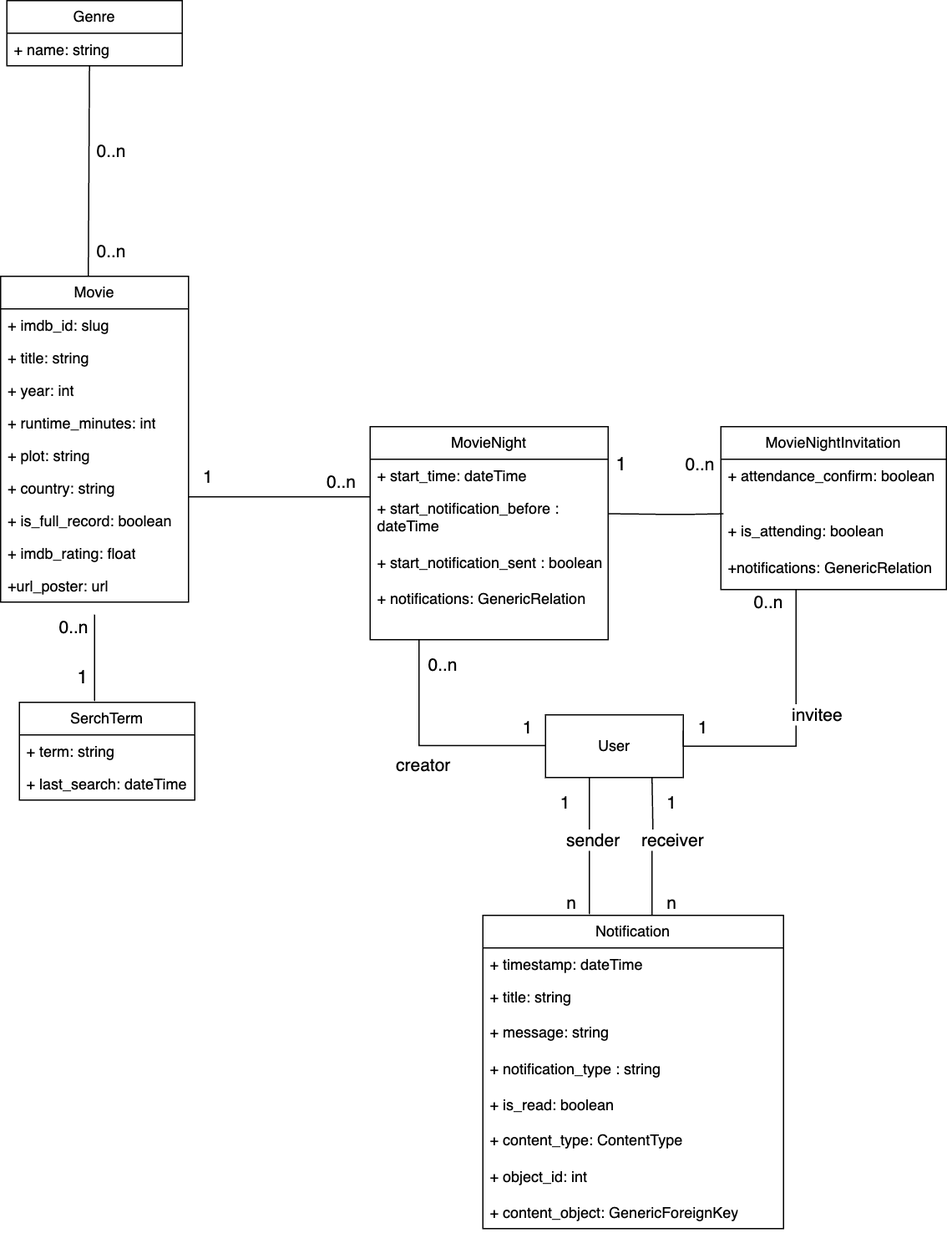
nldq092203/Movie-Night keeps this draw.io diagram as movienight-uml.drawio.png. Above is the earlier version. Source tidied: cells renumbered, new cells last; positions are measured from the earlier drawing's top-left corner, leaving out a move shared by most shapes. The source it was exported from:
```xml
<mxGraphModel>
  <root>
    <mxCell id="0" />
    <mxCell id="1" parent="0" />
    <mxCell id="2" style="endArrow=none;html=1;rounded=0;exitX=1;exitY=0.148;exitDx=0;exitDy=0;exitPerimeter=0;entryX=0.011;entryY=-0.008;entryDx=0;entryDy=0;entryPerimeter=0;" parent="1" edge="1" source="28" target="34">
      <mxGeometry relative="1" as="geometry">
        <Array as="points">
          <mxPoint x="530" y="410" />
          <mxPoint x="550" y="410" />
        </Array>
      </mxGeometry>
    </mxCell>
    <mxCell id="3" value="&lt;font style=&quot;font-size: 15px;&quot;&gt;1&lt;/font&gt;" style="edgeLabel;html=1;align=right;verticalAlign=bottom;" parent="1" vertex="1">
      <mxGeometry x="500" y="380" as="geometry" />
    </mxCell>
    <mxCell id="4" value="&lt;font style=&quot;font-size: 14px;&quot;&gt;&lt;font style=&quot;font-size: 14px;&quot;&gt;0.&lt;/font&gt;.n&lt;/font&gt;" style="edgeLabel;html=1;align=left;verticalAlign=bottom;rotation=0;" parent="1" vertex="1">
      <mxGeometry x="545" y="380" as="geometry" />
    </mxCell>
    <mxCell id="5" style="endArrow=none;html=1;rounded=0;entryX=-0.014;entryY=0.269;entryDx=0;entryDy=0;entryPerimeter=0;" parent="1" edge="1">
      <mxGeometry relative="1" as="geometry">
        <mxPoint x="75" y="490" as="sourcePoint" />
        <mxPoint x="75" y="559" as="targetPoint" />
      </mxGeometry>
    </mxCell>
    <mxCell id="6" value="&lt;font style=&quot;font-size: 15px;&quot;&gt;1&lt;/font&gt;" style="edgeLabel;html=1;align=right;verticalAlign=bottom;" parent="1" vertex="1">
      <mxGeometry x="70" y="550" as="geometry" />
    </mxCell>
    <mxCell id="7" value="&lt;font style=&quot;font-size: 14px;&quot;&gt;&lt;font style=&quot;font-size: 14px;&quot;&gt;0.&lt;/font&gt;.n&lt;/font&gt;" style="edgeLabel;html=1;align=left;verticalAlign=bottom;rotation=0;" parent="1" vertex="1">
      <mxGeometry x="45" y="510" as="geometry" />
    </mxCell>
    <mxCell id="8" style="endArrow=none;html=1;rounded=0;exitX=0.5;exitY=0;exitDx=0;exitDy=0;entryX=0.471;entryY=1;entryDx=0;entryDy=0;entryPerimeter=0;" parent="1" edge="1" target="12">
      <mxGeometry relative="1" as="geometry">
        <mxPoint x="70" y="220" as="sourcePoint" />
      </mxGeometry>
    </mxCell>
    <mxCell id="9" value="&lt;font style=&quot;font-size: 14px;&quot;&gt;&lt;font style=&quot;font-size: 14px;&quot;&gt;0.&lt;/font&gt;.n&lt;/font&gt;" style="edgeLabel;html=1;align=left;verticalAlign=bottom;" parent="1" vertex="1">
      <mxGeometry x="75" y="130" as="geometry" />
    </mxCell>
    <mxCell id="10" value="&lt;font style=&quot;font-size: 14px;&quot;&gt;&lt;font style=&quot;font-size: 14px;&quot;&gt;0.&lt;/font&gt;.n&lt;/font&gt;" style="edgeLabel;html=1;align=left;verticalAlign=bottom;" parent="1" vertex="1">
      <mxGeometry x="75" y="210" as="geometry" />
    </mxCell>
    <mxCell id="11" value="Genre" style="swimlane;fontStyle=0;horizontal=1;startSize=26;fillColor=none;whiteSpace=wrap;html=1;" parent="1" vertex="1">
      <mxGeometry x="5" width="140" height="52" as="geometry" />
    </mxCell>
    <mxCell id="12" value="+ name: string" style="text;strokeColor=none;fillColor=none;align=left;verticalAlign=top;spacingLeft=4;spacingRight=4;overflow=hidden;points=[[0,0.5],[1,0.5]];portConstraint=eastwest;whiteSpace=wrap;html=1;" parent="11" vertex="1">
      <mxGeometry y="26" width="140" height="26" as="geometry" />
    </mxCell>
    <mxCell id="13" value="Movie" style="swimlane;fontStyle=0;horizontal=1;startSize=26;fillColor=none;whiteSpace=wrap;html=1;" parent="1" vertex="1">
      <mxGeometry y="220" width="150" height="260" as="geometry" />
    </mxCell>
    <mxCell id="14" value="+ imdb_id: slug" style="text;strokeColor=none;fillColor=none;align=left;verticalAlign=top;spacingLeft=4;spacingRight=4;overflow=hidden;whiteSpace=wrap;html=1;" parent="13" vertex="1">
      <mxGeometry y="26" width="150" height="26" as="geometry" />
    </mxCell>
    <mxCell id="15" value="+ title: string" style="text;strokeColor=none;fillColor=none;align=left;verticalAlign=top;spacingLeft=4;spacingRight=4;overflow=hidden;whiteSpace=wrap;html=1;" parent="13" vertex="1">
      <mxGeometry y="52" width="150" height="26" as="geometry" />
    </mxCell>
    <mxCell id="16" value="+ year: int" style="text;strokeColor=none;fillColor=none;align=left;verticalAlign=top;spacingLeft=4;spacingRight=4;overflow=hidden;whiteSpace=wrap;html=1;" parent="13" vertex="1">
      <mxGeometry y="78" width="150" height="26" as="geometry" />
    </mxCell>
    <mxCell id="17" value="+ runtime_minutes: int" style="text;strokeColor=none;fillColor=none;align=left;verticalAlign=top;spacingLeft=4;spacingRight=4;overflow=hidden;whiteSpace=wrap;html=1;" parent="13" vertex="1">
      <mxGeometry y="104" width="150" height="26" as="geometry" />
    </mxCell>
    <mxCell id="18" value="+ plot: string" style="text;strokeColor=none;fillColor=none;align=left;verticalAlign=top;spacingLeft=4;spacingRight=4;overflow=hidden;whiteSpace=wrap;html=1;" parent="13" vertex="1">
      <mxGeometry y="130" width="150" height="26" as="geometry" />
    </mxCell>
    <mxCell id="19" value="+ country: string" style="text;strokeColor=none;fillColor=none;align=left;verticalAlign=top;spacingLeft=4;spacingRight=4;overflow=hidden;points=[[0,0.5],[1,0.5]];portConstraint=eastwest;whiteSpace=wrap;html=1;" parent="13" vertex="1">
      <mxGeometry y="156" width="150" height="26" as="geometry" />
    </mxCell>
    <mxCell id="20" value="+ is_full_record: boolean" style="text;strokeColor=none;fillColor=none;align=left;verticalAlign=top;spacingLeft=4;spacingRight=4;overflow=hidden;whiteSpace=wrap;html=1;" parent="13" vertex="1">
      <mxGeometry y="182" width="150" height="26" as="geometry" />
    </mxCell>
    <mxCell id="21" value="+ imdb_rating: float&lt;div&gt;&lt;br&gt;&lt;/div&gt;" style="text;strokeColor=none;fillColor=none;align=left;verticalAlign=top;spacingLeft=4;spacingRight=4;overflow=hidden;whiteSpace=wrap;html=1;" parent="13" vertex="1">
      <mxGeometry y="208" width="150" height="26" as="geometry" />
    </mxCell>
    <mxCell id="22" value="&lt;div&gt;+url_poster: url&lt;/div&gt;" style="text;strokeColor=none;fillColor=none;align=left;verticalAlign=top;spacingLeft=4;spacingRight=4;overflow=hidden;whiteSpace=wrap;html=1;" parent="13" vertex="1">
      <mxGeometry y="234" width="150" height="26" as="geometry" />
    </mxCell>
    <mxCell id="23" value="SerchTerm" style="swimlane;fontStyle=0;horizontal=1;startSize=26;fillColor=none;whiteSpace=wrap;html=1;" parent="1" vertex="1">
      <mxGeometry x="15" y="560" width="140" height="78" as="geometry" />
    </mxCell>
    <mxCell id="24" value="+ term: string" style="text;strokeColor=none;fillColor=none;align=left;verticalAlign=top;spacingLeft=4;spacingRight=4;overflow=hidden;whiteSpace=wrap;html=1;" parent="23" vertex="1">
      <mxGeometry y="26" width="140" height="26" as="geometry" />
    </mxCell>
    <mxCell id="25" value="+ last_search: dateTime" style="text;strokeColor=none;fillColor=none;align=left;verticalAlign=top;spacingLeft=4;spacingRight=4;overflow=hidden;whiteSpace=wrap;html=1;" parent="23" vertex="1">
      <mxGeometry y="52" width="140" height="26" as="geometry" />
    </mxCell>
    <mxCell id="26" value="MovieNight" style="swimlane;fontStyle=0;horizontal=1;startSize=26;fillColor=none;whiteSpace=wrap;html=1;" parent="1" vertex="1">
      <mxGeometry x="295" y="340" width="190" height="170" as="geometry" />
    </mxCell>
    <mxCell id="27" value="+ start_time: dateTime" style="text;strokeColor=none;fillColor=none;align=left;verticalAlign=top;spacingLeft=4;spacingRight=4;overflow=hidden;whiteSpace=wrap;html=1;" parent="26" vertex="1">
      <mxGeometry y="26" width="190" height="26" as="geometry" />
    </mxCell>
    <mxCell id="28" value="+ start_notification_before : dateTime&lt;div&gt;&lt;br&gt;&lt;/div&gt;&lt;div&gt;+ start_notification_sent : boolean&lt;/div&gt;&lt;div&gt;&lt;br&gt;&lt;/div&gt;&lt;div&gt;+ notifications: GenericRelation&lt;/div&gt;&lt;div&gt;&lt;br&gt;&lt;/div&gt;" style="text;strokeColor=none;fillColor=none;align=left;verticalAlign=top;spacingLeft=4;spacingRight=4;overflow=hidden;points=[[0,0.5],[1,0.5]];portConstraint=eastwest;whiteSpace=wrap;html=1;" parent="26" vertex="1">
      <mxGeometry y="52" width="190" height="118" as="geometry" />
    </mxCell>
    <mxCell id="29" style="endArrow=none;html=1;edgeStyle=orthogonalEdgeStyle;rounded=0;entryX=0;entryY=0.5;entryDx=0;entryDy=0;" parent="26" edge="1">
      <mxGeometry relative="1" as="geometry">
        <mxPoint x="39" y="170" as="sourcePoint" />
        <mxPoint x="140" y="254.5" as="targetPoint" />
        <Array as="points">
          <mxPoint x="39" y="254.5" />
        </Array>
      </mxGeometry>
    </mxCell>
    <mxCell id="30" value="&lt;font style=&quot;font-size: 14px;&quot;&gt;creator&lt;/font&gt;" style="edgeLabel;html=1;align=left;verticalAlign=bottom;" parent="29" vertex="1">
      <mxGeometry x="-1" relative="1" as="geometry">
        <mxPoint x="-20" y="110" as="offset" />
      </mxGeometry>
    </mxCell>
    <mxCell id="31" value="&lt;font style=&quot;font-size: 14px;&quot;&gt;0..n&lt;/font&gt;" style="edgeLabel;html=1;align=right;verticalAlign=bottom;" parent="29" vertex="1">
      <mxGeometry x="1" relative="1" as="geometry">
        <mxPoint x="-70" y="-54" as="offset" />
      </mxGeometry>
    </mxCell>
    <mxCell id="32" value="MovieNightInvitation" style="swimlane;fontStyle=0;horizontal=1;startSize=26;fillColor=none;whiteSpace=wrap;html=1;" parent="1" vertex="1">
      <mxGeometry x="575" y="340" width="180" height="130" as="geometry" />
    </mxCell>
    <mxCell id="33" value="+ attendance_confirm: boolean" style="text;strokeColor=none;fillColor=none;align=left;verticalAlign=top;spacingLeft=4;spacingRight=4;overflow=hidden;whiteSpace=wrap;html=1;" parent="32" vertex="1">
      <mxGeometry y="26" width="180" height="44" as="geometry" />
    </mxCell>
    <mxCell id="34" value="+ is_attending: boolean&lt;div&gt;&lt;br&gt;&lt;/div&gt;&lt;div&gt;+notifications: GenericRelation&amp;nbsp;&lt;/div&gt;" style="text;strokeColor=none;fillColor=none;align=left;verticalAlign=top;spacingLeft=4;spacingRight=4;overflow=hidden;points=[[0,0.5],[1,0.5]];portConstraint=eastwest;whiteSpace=wrap;html=1;" parent="32" vertex="1">
      <mxGeometry y="70" width="180" height="60" as="geometry" />
    </mxCell>
    <mxCell id="35" style="endArrow=none;html=1;edgeStyle=orthogonalEdgeStyle;rounded=0;exitX=1;exitY=0.769;exitDx=0;exitDy=0;exitPerimeter=0;entryX=0;entryY=0.089;entryDx=0;entryDy=0;entryPerimeter=0;" parent="1" edge="1" source="19" target="28">
      <mxGeometry relative="1" as="geometry">
        <Array as="points">
          <mxPoint x="295" y="396" />
        </Array>
      </mxGeometry>
    </mxCell>
    <mxCell id="36" value="&lt;font style=&quot;font-size: 14px;&quot;&gt;1&lt;/font&gt;" style="edgeLabel;html=1;align=left;verticalAlign=bottom;" parent="35" vertex="1">
      <mxGeometry x="-1" relative="1" as="geometry">
        <mxPoint x="10" y="-6" as="offset" />
      </mxGeometry>
    </mxCell>
    <mxCell id="37" value="&lt;font style=&quot;font-size: 14px;&quot;&gt;0..n&lt;/font&gt;" style="edgeLabel;html=1;align=right;verticalAlign=bottom;" parent="35" vertex="1">
      <mxGeometry x="1" relative="1" as="geometry">
        <mxPoint x="-11" y="-9" as="offset" />
      </mxGeometry>
    </mxCell>
    <mxCell id="38" value="User" style="html=1;whiteSpace=wrap;" parent="1" vertex="1">
      <mxGeometry x="435" y="570" width="110" height="50" as="geometry" />
    </mxCell>
    <mxCell id="39" value="&lt;font style=&quot;font-size: 14px;&quot;&gt;1&lt;/font&gt;" style="edgeLabel;html=1;align=right;verticalAlign=bottom;" parent="1" vertex="1">
      <mxGeometry x="425" y="590" as="geometry" />
    </mxCell>
    <mxCell id="40" style="endArrow=none;html=1;edgeStyle=orthogonalEdgeStyle;rounded=0;entryX=1;entryY=0.25;entryDx=0;entryDy=0;exitX=0.414;exitY=1;exitDx=0;exitDy=0;exitPerimeter=0;" parent="1" edge="1" source="34" target="38">
      <mxGeometry relative="1" as="geometry">
        <Array as="points">
          <mxPoint x="635" y="470" />
          <mxPoint x="635" y="595" />
          <mxPoint x="545" y="595" />
        </Array>
      </mxGeometry>
    </mxCell>
    <mxCell id="41" value="&lt;font style=&quot;font-size: 14px;&quot;&gt;invitee&lt;/font&gt;" style="edgeLabel;html=1;align=left;verticalAlign=bottom;" parent="40" vertex="1">
      <mxGeometry x="-1" relative="1" as="geometry">
        <mxPoint x="-20" y="110" as="offset" />
      </mxGeometry>
    </mxCell>
    <mxCell id="42" value="&lt;font style=&quot;font-size: 14px;&quot;&gt;0..n&lt;/font&gt;" style="edgeLabel;html=1;align=right;verticalAlign=bottom;" parent="1" vertex="1">
      <mxGeometry x="625" y="490" as="geometry" />
    </mxCell>
    <mxCell id="43" value="&lt;font style=&quot;font-size: 14px;&quot;&gt;1&lt;/font&gt;" style="edgeLabel;html=1;align=right;verticalAlign=bottom;" parent="1" vertex="1">
      <mxGeometry x="565" y="590" as="geometry" />
    </mxCell>
    <mxCell id="44" value="Notification" style="swimlane;fontStyle=0;horizontal=1;startSize=26;fillColor=none;whiteSpace=wrap;html=1;" parent="1" vertex="1">
      <mxGeometry x="385" y="730" width="240" height="250" as="geometry" />
    </mxCell>
    <mxCell id="45" value="+ timestamp: dateTime" style="text;strokeColor=none;fillColor=none;align=left;verticalAlign=top;spacingLeft=4;spacingRight=4;overflow=hidden;whiteSpace=wrap;html=1;" parent="44" vertex="1">
      <mxGeometry y="26" width="240" height="26" as="geometry" />
    </mxCell>
    <mxCell id="46" value="+ title: string" style="text;strokeColor=none;fillColor=none;align=left;verticalAlign=top;spacingLeft=4;spacingRight=4;overflow=hidden;whiteSpace=wrap;html=1;" parent="44" vertex="1">
      <mxGeometry y="52" width="240" height="28" as="geometry" />
    </mxCell>
    <mxCell id="47" value="+ message: string&lt;div&gt;&lt;br&gt;&lt;/div&gt;&lt;div&gt;+ notification_type : string&lt;/div&gt;&lt;div&gt;&lt;br&gt;&lt;/div&gt;&lt;div&gt;+ is_read: boolean&lt;br&gt;&lt;div&gt;&lt;br&gt;&lt;/div&gt;&lt;div&gt;+ content_type: ContentType&lt;/div&gt;&lt;div&gt;&lt;br&gt;&lt;/div&gt;&lt;div&gt;+ object_id: int&lt;/div&gt;&lt;div&gt;&lt;br&gt;&lt;/div&gt;&lt;div&gt;+ content_object: GenericForeignKey&lt;/div&gt;&lt;/div&gt;" style="text;strokeColor=none;fillColor=none;align=left;verticalAlign=top;spacingLeft=4;spacingRight=4;overflow=hidden;whiteSpace=wrap;html=1;" parent="44" vertex="1">
      <mxGeometry y="80" width="240" height="170" as="geometry" />
    </mxCell>
    <mxCell id="48" style="endArrow=none;html=1;edgeStyle=orthogonalEdgeStyle;rounded=0;" parent="1" edge="1" source="44">
      <mxGeometry relative="1" as="geometry">
        <mxPoint x="520" y="620" as="targetPoint" />
        <Array as="points">
          <mxPoint x="520" y="676" />
          <mxPoint x="521" y="676" />
        </Array>
      </mxGeometry>
    </mxCell>
    <mxCell id="49" style="endArrow=none;html=1;edgeStyle=orthogonalEdgeStyle;rounded=0;exitX=0.559;exitY=-0.014;exitDx=0;exitDy=0;exitPerimeter=0;" parent="1" edge="1">
      <mxGeometry relative="1" as="geometry">
        <mxPoint x="470" y="729" as="sourcePoint" />
        <mxPoint x="470" y="620" as="targetPoint" />
      </mxGeometry>
    </mxCell>
    <mxCell id="50" value="&lt;font style=&quot;font-size: 14px;&quot;&gt;receiver&lt;/font&gt;" style="edgeLabel;html=1;align=left;verticalAlign=bottom;" parent="1" vertex="1">
      <mxGeometry x="510" y="680" as="geometry" />
    </mxCell>
    <mxCell id="51" value="&lt;font style=&quot;font-size: 14px;&quot;&gt;sender&lt;/font&gt;" style="edgeLabel;html=1;align=left;verticalAlign=bottom;rotation=0;" parent="1" vertex="1">
      <mxGeometry x="450" y="680" as="geometry" />
    </mxCell>
    <mxCell id="52" value="&lt;font style=&quot;font-size: 14px;&quot;&gt;1&lt;/font&gt;" style="edgeLabel;html=1;align=right;verticalAlign=bottom;" parent="1" vertex="1">
      <mxGeometry x="455" y="650" as="geometry" />
    </mxCell>
    <mxCell id="53" value="&lt;font style=&quot;font-size: 14px;&quot;&gt;1&lt;/font&gt;" style="edgeLabel;html=1;align=right;verticalAlign=bottom;" parent="1" vertex="1">
      <mxGeometry x="540" y="650" as="geometry" />
    </mxCell>
    <mxCell id="54" value="&lt;font style=&quot;font-size: 14px;&quot;&gt;n&lt;/font&gt;" style="edgeLabel;html=1;align=right;verticalAlign=bottom;" parent="1" vertex="1">
      <mxGeometry x="460" y="730" as="geometry" />
    </mxCell>
    <mxCell id="55" value="&lt;font style=&quot;font-size: 14px;&quot;&gt;n&lt;/font&gt;" style="edgeLabel;html=1;align=right;verticalAlign=bottom;" parent="1" vertex="1">
      <mxGeometry x="540" y="730" as="geometry" />
    </mxCell>
  </root>
</mxGraphModel>
```
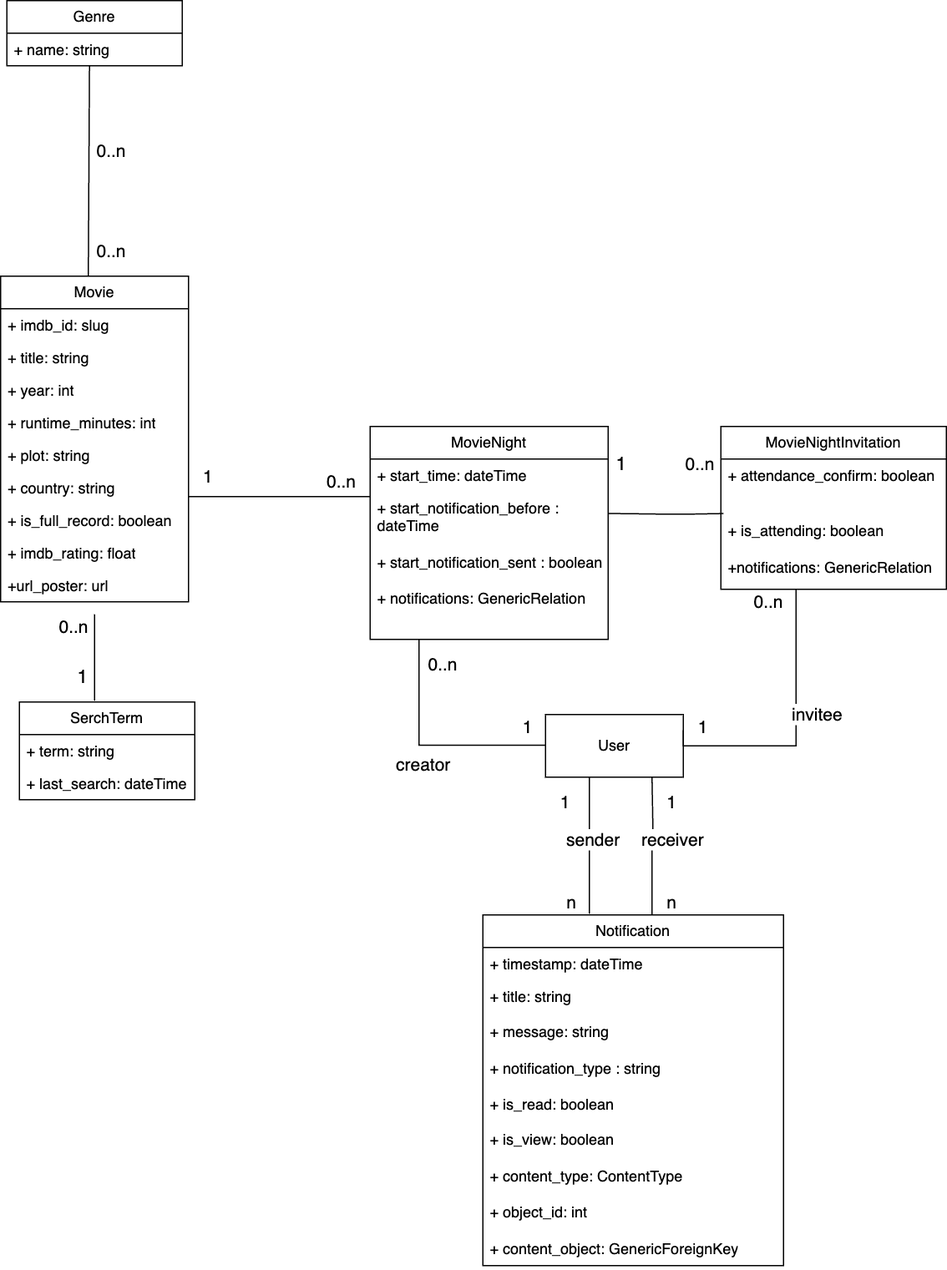
After the change.

Commit message:
Add database uml

Change to the diagram source:
```diff
@@ -165,7 +165,7 @@
       <mxGeometry x="565" y="590" as="geometry" />
     </mxCell>
     <mxCell id="44" value="Notification" style="swimlane;fontStyle=0;horizontal=1;startSize=26;fillColor=none;whiteSpace=wrap;html=1;" parent="1" vertex="1">
-      <mxGeometry x="385" y="730" width="240" height="250" as="geometry" />
+      <mxGeometry x="385" y="730" width="240" height="280" as="geometry" />
     </mxCell>
     <mxCell id="45" value="+ timestamp: dateTime" style="text;strokeColor=none;fillColor=none;align=left;verticalAlign=top;spacingLeft=4;spacingRight=4;overflow=hidden;whiteSpace=wrap;html=1;" parent="44" vertex="1">
       <mxGeometry y="26" width="240" height="26" as="geometry" />
@@ -173,8 +173,8 @@
     <mxCell id="46" value="+ title: string" style="text;strokeColor=none;fillColor=none;align=left;verticalAlign=top;spacingLeft=4;spacingRight=4;overflow=hidden;whiteSpace=wrap;html=1;" parent="44" vertex="1">
       <mxGeometry y="52" width="240" height="28" as="geometry" />
     </mxCell>
-    <mxCell id="47" value="+ message: string&lt;div&gt;&lt;br&gt;&lt;/div&gt;&lt;div&gt;+ notification_type : string&lt;/div&gt;&lt;div&gt;&lt;br&gt;&lt;/div&gt;&lt;div&gt;+ is_read: boolean&lt;br&gt;&lt;div&gt;&lt;br&gt;&lt;/div&gt;&lt;div&gt;+ content_type: ContentType&lt;/div&gt;&lt;div&gt;&lt;br&gt;&lt;/div&gt;&lt;div&gt;+ object_id: int&lt;/div&gt;&lt;div&gt;&lt;br&gt;&lt;/div&gt;&lt;div&gt;+ content_object: GenericForeignKey&lt;/div&gt;&lt;/div&gt;" style="text;strokeColor=none;fillColor=none;align=left;verticalAlign=top;spacingLeft=4;spacingRight=4;overflow=hidden;whiteSpace=wrap;html=1;" parent="44" vertex="1">
-      <mxGeometry y="80" width="240" height="170" as="geometry" />
+    <mxCell id="47" value="+ message: string&lt;div&gt;&lt;br&gt;&lt;/div&gt;&lt;div&gt;+ notification_type : string&lt;/div&gt;&lt;div&gt;&lt;br&gt;&lt;/div&gt;&lt;div&gt;+ is_read: boolean&lt;/div&gt;&lt;div&gt;&lt;div&gt;&lt;br&gt;&lt;/div&gt;&lt;div&gt;+ is_view: boolean&lt;/div&gt;&lt;div&gt;&lt;br&gt;&lt;/div&gt;&lt;div&gt;+ content_type: ContentType&lt;/div&gt;&lt;div&gt;&lt;br&gt;&lt;/div&gt;&lt;div&gt;+ object_id: int&lt;/div&gt;&lt;div&gt;&lt;br&gt;&lt;/div&gt;&lt;div&gt;+ content_object: GenericForeignKey&lt;/div&gt;&lt;/div&gt;" style="text;strokeColor=none;fillColor=none;align=left;verticalAlign=top;spacingLeft=4;spacingRight=4;overflow=hidden;whiteSpace=wrap;html=1;" parent="44" vertex="1">
+      <mxGeometry y="80" width="240" height="200" as="geometry" />
     </mxCell>
     <mxCell id="48" style="endArrow=none;html=1;edgeStyle=orthogonalEdgeStyle;rounded=0;" parent="1" edge="1" source="44">
       <mxGeometry relative="1" as="geometry">
```
